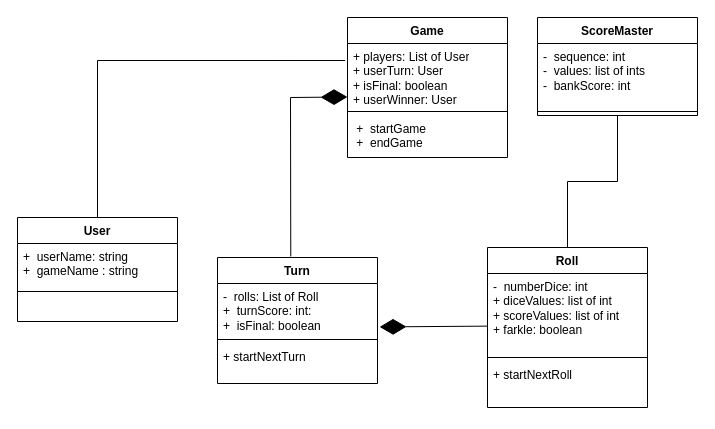
The draw.io diagram work/Farkle.drawio in mincfranc/farkle_fork_mincfranc, before the edit. Source tidied: cells renumbered, new cells numbered last; positions are measured from the earlier drawing's top-left corner, leaving out a move shared by most shapes. Both pictures are drawn from the tidied source at 100%, with x=0, y=0 at pixel (17, 17).
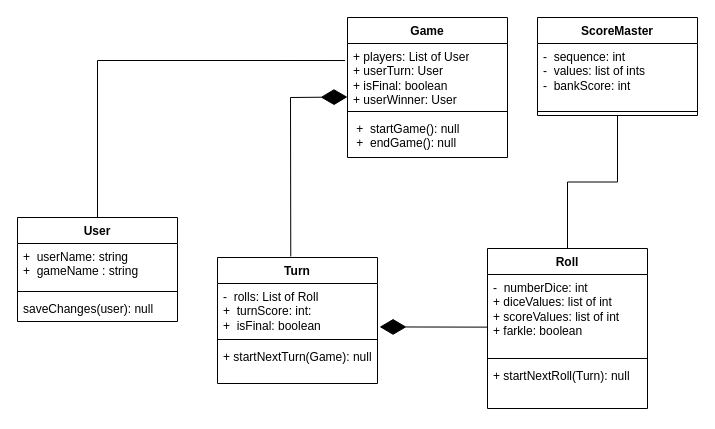
After the change.

Commit message (it also covers changes not shown here):
Push up new UML diagrams into work directory

The change refers to these unchanged cells:
```xml
<mxCell id="2" value="Turn" style="swimlane;fontStyle=1;align=center;verticalAlign=top;horizontal=1;startSize=26;whiteSpace=wrap;html=1;" parent="1" vertex="1">
  <mxGeometry x="200" y="240" width="160" height="126" as="geometry" />
</mxCell>
<mxCell id="6" value="User" style="swimlane;fontStyle=1;align=center;verticalAlign=top;horizontal=1;startSize=26;whiteSpace=wrap;html=1;" parent="1" vertex="1">
  <mxGeometry y="200" width="160" height="104" as="geometry" />
</mxCell>
<mxCell id="14" value="Game" style="swimlane;fontStyle=1;align=center;verticalAlign=top;horizontal=1;startSize=26;whiteSpace=wrap;html=1;" parent="1" vertex="1">
  <mxGeometry x="330" width="160" height="140" as="geometry" />
</mxCell>
```

What changed in the source:
```diff
@@
-    <mxCell id="5" value="&lt;div&gt;+ startNextTurn&lt;/div&gt;" style="text;strokeColor=none;fillColor=none;align=left;verticalAlign=top;spacingLeft=4;spacingRight=4;overflow=hidden;whiteSpace=wrap;html=1;" parent="2" vertex="1">
+    <mxCell id="5" value="&lt;div&gt;+ startNextTurn(Game): null&lt;/div&gt;" style="text;strokeColor=none;fillColor=none;align=left;verticalAlign=top;spacingLeft=4;spacingRight=4;overflow=hidden;whiteSpace=wrap;html=1;" parent="2" vertex="1">
       <mxGeometry y="86" width="160" height="40" as="geometry" />
     </mxCell>
@@
-    <mxCell id="9" value="&amp;nbsp;" style="text;strokeColor=none;fillColor=none;align=left;verticalAlign=top;spacingLeft=4;spacingRight=4;overflow=hidden;whiteSpace=wrap;html=1;" parent="6" vertex="1">
+    <mxCell id="9" value="saveChanges(user): null" style="text;strokeColor=none;fillColor=none;align=left;verticalAlign=top;spacingLeft=4;spacingRight=4;overflow=hidden;whiteSpace=wrap;html=1;" parent="6" vertex="1">
       <mxGeometry y="78" width="160" height="26" as="geometry" />
     </mxCell>
     <mxCell id="10" value="Roll" style="swimlane;fontStyle=1;align=center;verticalAlign=top;horizontal=1;startSize=26;whiteSpace=wrap;html=1;" parent="1" vertex="1">
-      <mxGeometry x="470" y="230" width="160" height="160" as="geometry" />
+      <mxGeometry x="470" y="231" width="160" height="160" as="geometry" />
     </mxCell>
@@
-    <mxCell id="13" value="+ startNextRoll&lt;div&gt;&lt;div&gt;&lt;br&gt;&lt;/div&gt;&lt;/div&gt;" style="text;strokeColor=none;fillColor=none;align=left;verticalAlign=top;spacingLeft=4;spacingRight=4;overflow=hidden;whiteSpace=wrap;html=1;" parent="10" vertex="1">
+    <mxCell id="13" value="+ startNextRoll(Turn): null&lt;div&gt;&lt;div&gt;&lt;br&gt;&lt;/div&gt;&lt;/div&gt;" style="text;strokeColor=none;fillColor=none;align=left;verticalAlign=top;spacingLeft=4;spacingRight=4;overflow=hidden;whiteSpace=wrap;html=1;" parent="10" vertex="1">
       <mxGeometry y="114" width="160" height="46" as="geometry" />
     </mxCell>
@@
-    <mxCell id="18" value="&amp;nbsp;+&amp;nbsp; startGame&lt;div&gt;&amp;nbsp;+&amp;nbsp; endGame&lt;/div&gt;" style="text;strokeColor=none;fillColor=none;align=left;verticalAlign=top;spacingLeft=4;spacingRight=4;overflow=hidden;whiteSpace=wrap;html=1;" parent="14" vertex="1">
+    <mxCell id="18" value="&amp;nbsp;+&amp;nbsp; startGame(): null&lt;div&gt;&amp;nbsp;+&amp;nbsp; endGame(): null&lt;/div&gt;" style="text;strokeColor=none;fillColor=none;align=left;verticalAlign=top;spacingLeft=4;spacingRight=4;overflow=hidden;whiteSpace=wrap;html=1;" parent="14" vertex="1">
       <mxGeometry y="98" width="160" height="42" as="geometry" />
     </mxCell>
```
